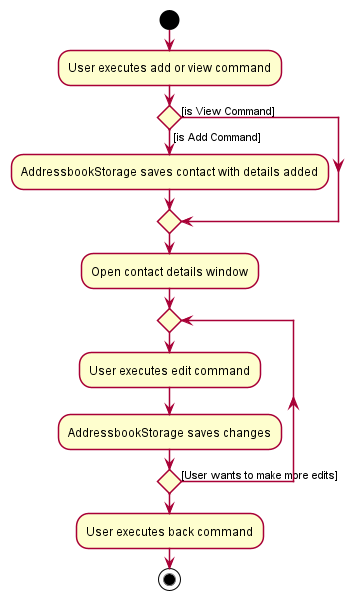
Above: docs/images/EditActivityDiagram.png in tonishka/tp (PlantUML), before the change.
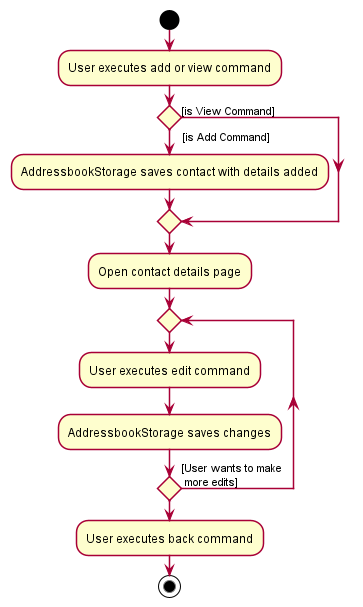
The same file after the commit.

Change to the diagram source:
```diff
@@ -3,15 +3,15 @@
 
 start
 :User executes add or view command;
-if () then ([is Add Command])
+if () then (   [is Add Command])
     :AddressbookStorage saves contact with details added;
 else ([is View Command])
     endif
-:Open contact details window;
+:Open contact details page;
 repeat
     :User executes edit command;
     :AddressbookStorage saves changes;
-repeat while () is ([User wants to make more edits])
+repeat while () is ([User wants to make\n more edits])
 :User executes back command;
 stop
 @enduml
```
